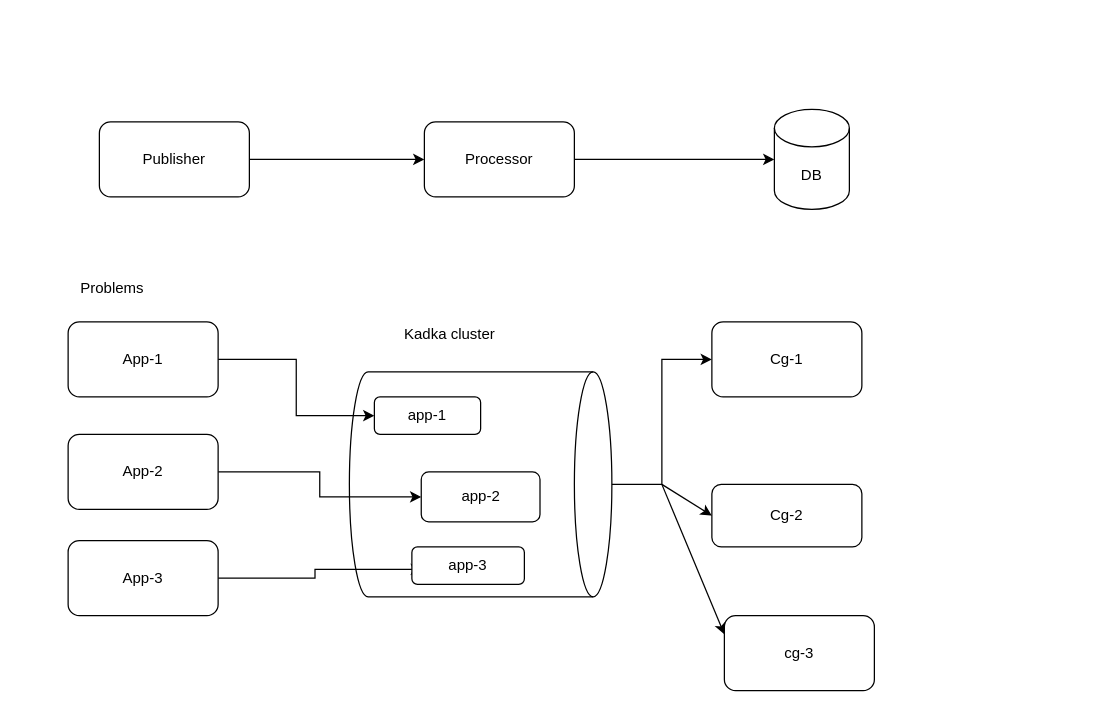
Earlier version of the draw.io diagram distributed/Logging.drawio (vemarajusaikrishna/hld). Source tidied: cells renumbered, new cells numbered last; positions are measured from the earlier drawing's top-left corner, leaving out a move shared by most shapes. Both pictures are drawn from the tidied source at 125%, with x=0, y=0 at pixel (68, 109).
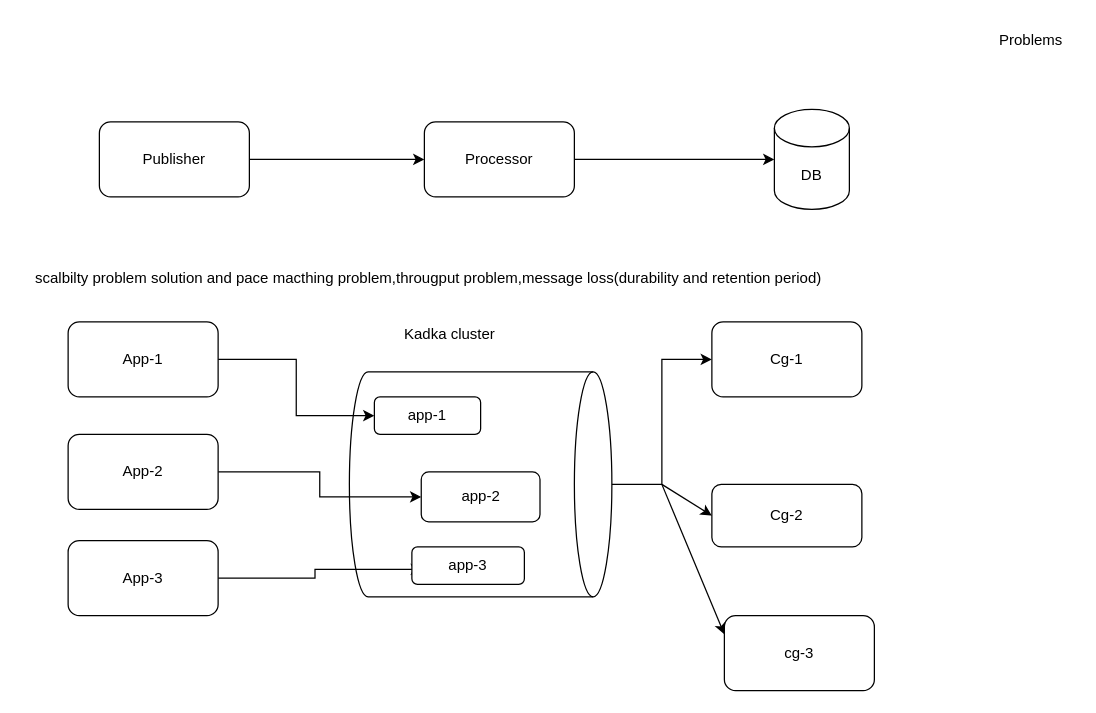
Above is the later version.

Change to the diagram source:
```diff
@@
     <mxCell id="8" value="Problems" style="text;html=1;align=center;verticalAlign=middle;strokeColor=none;fillColor=none;" parent="1" vertex="1">
-      <mxGeometry y="128" width="70" height="30" as="geometry" />
+      <mxGeometry x="735" y="-70" width="70" height="30" as="geometry" />
     </mxCell>
@@
+    <mxCell id="25" value="scalbilty problem solution and pace macthing problem,througput problem,message loss(durability and retention period)" style="text;html=1;align=center;verticalAlign=middle;strokeColor=none;fillColor=none;" parent="1" vertex="1">
+      <mxGeometry x="-37.5" y="120" width="650" height="30" as="geometry" />
+    </mxCell>
```
